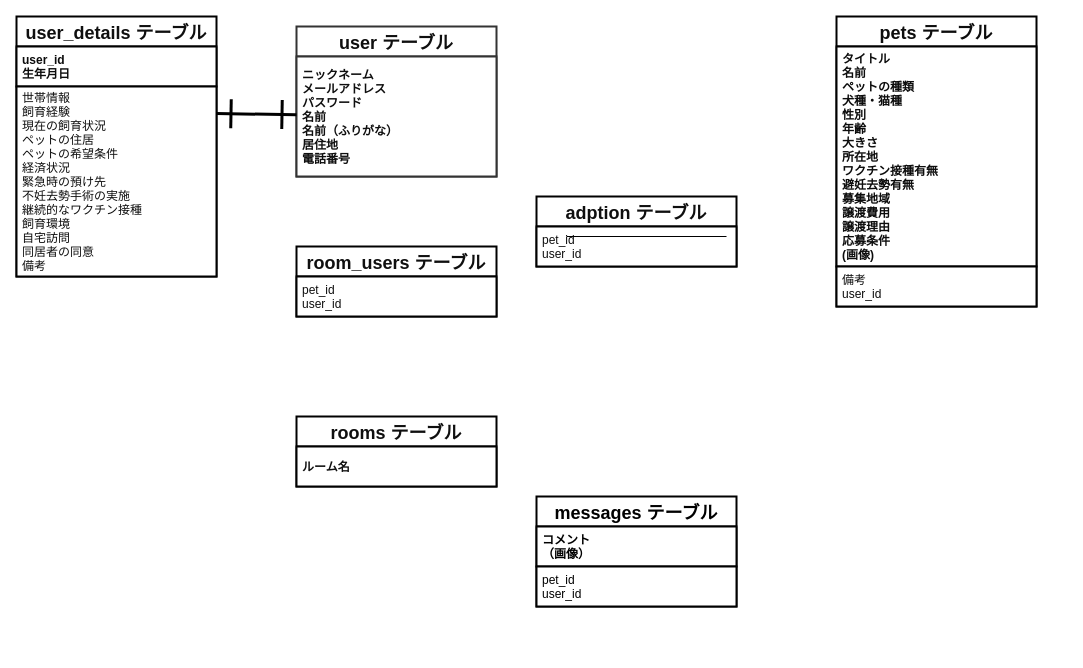
Earlier version of the draw.io diagram ER.dio (aya-tsubono/share-pets). Source tidied: cells renumbered, new cells numbered last; positions are measured from the earlier drawing's top-left corner, leaving out a move shared by most shapes. Both pictures are drawn from the tidied source at 100%, with x=0, y=0 at pixel (16, 16).
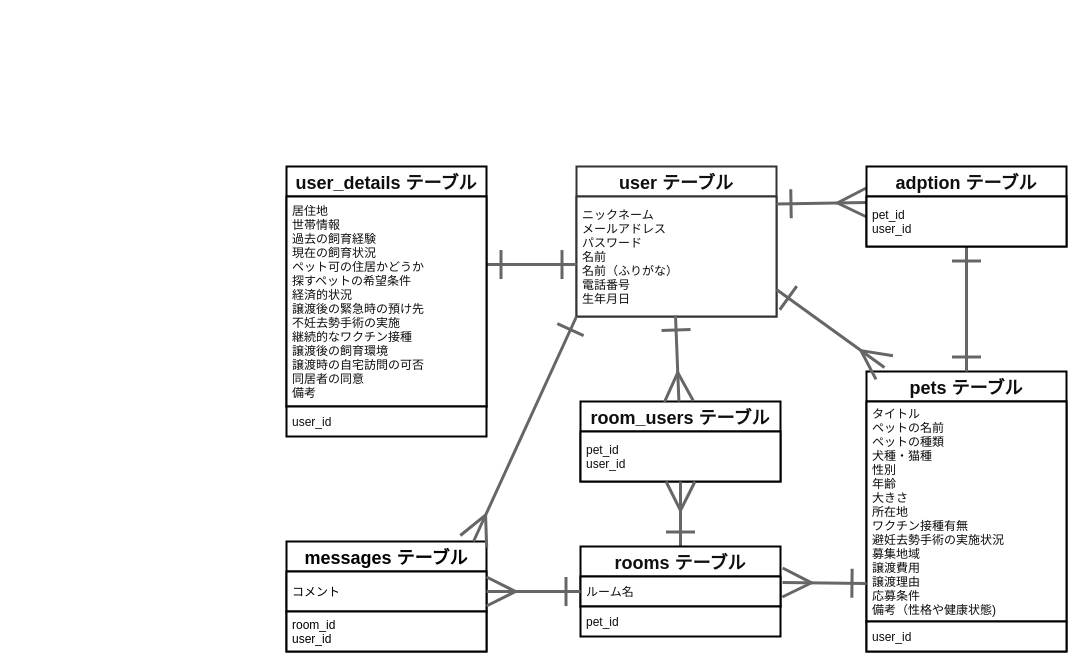
Above is the later version.

Diff of the diagram source:
```diff
@@
     <mxCell id="2" value="user テーブル" style="swimlane;fontStyle=1;horizontal=1;startSize=30;align=center;fontSize=18;strokeWidth=2;fillColor=#FFFFFF;strokeColor=#333333;fontColor=#0F0F0F;" parent="1" vertex="1">
-      <mxGeometry x="280" y="10" width="200" height="150" as="geometry" />
+      <mxGeometry x="560" y="150" width="200" height="150" as="geometry" />
     </mxCell>
-    <mxCell id="3" value="ニックネーム&#10;メールアドレス&#10;パスワード&#10;名前&#10;名前（ふりがな）&#10;居住地&#10;電話番号" style="text;spacingLeft=4;spacingRight=4;overflow=hidden;points=[[0,0.5],[1,0.5]];portConstraint=eastwest;fontSize=12;verticalAlign=middle;fontStyle=1;strokeWidth=2;fillColor=#FFFFFF;strokeColor=#333333;fontColor=#0F0F0F;" parent="2" vertex="1">
+    <mxCell id="3" value="ニックネーム&#10;メールアドレス&#10;パスワード&#10;名前&#10;名前（ふりがな）&#10;電話番号&#10;生年月日" style="text;spacingLeft=4;spacingRight=4;overflow=hidden;points=[[0,0.5],[1,0.5]];portConstraint=eastwest;fontSize=12;verticalAlign=middle;fontStyle=0;strokeWidth=2;fillColor=#FFFFFF;strokeColor=#333333;fontColor=#0F0F0F;" parent="2" vertex="1">
       <mxGeometry y="30" width="200" height="120" as="geometry" />
     </mxCell>
     <mxCell id="4" value="pets テーブル" style="swimlane;fontStyle=1;horizontal=1;startSize=30;align=center;fontSize=18;strokeWidth=2;strokeColor=#000000;fontColor=#0D0D0D;fillColor=#FFFFFF;" parent="1" vertex="1">
-      <mxGeometry x="820" width="200" height="290" as="geometry" />
+      <mxGeometry x="850" y="355" width="200" height="280" as="geometry" />
     </mxCell>
-    <mxCell id="5" value="タイトル&#10;名前&#10;ペットの種類&#10;犬種・猫種&#10;性別&#10;年齢&#10;大きさ&#10;所在地&#10;ワクチン接種有無&#10;避妊去勢有無&#10;募集地域&#10;譲渡費用&#10;譲渡理由&#10;応募条件&#10;(画像)" style="text;spacingLeft=4;spacingRight=4;overflow=hidden;points=[[0,0.5],[1,0.5]];portConstraint=eastwest;fontSize=12;verticalAlign=middle;fontStyle=1;strokeWidth=2;strokeColor=#000000;fontColor=#0D0D0D;fillColor=#FFFFFF;" parent="4" vertex="1">
+    <mxCell id="5" value="タイトル&#10;ペットの名前&#10;ペットの種類&#10;犬種・猫種&#10;性別&#10;年齢&#10;大きさ&#10;所在地&#10;ワクチン接種有無&#10;避妊去勢手術の実施状況&#10;募集地域&#10;譲渡費用&#10;譲渡理由&#10;応募条件&#10;備考（性格や健康状態)" style="text;spacingLeft=4;spacingRight=4;overflow=hidden;points=[[0,0.5],[1,0.5]];portConstraint=eastwest;fontSize=12;verticalAlign=middle;fontStyle=0;strokeWidth=2;strokeColor=#000000;fontColor=#0D0D0D;fillColor=#FFFFFF;" parent="4" vertex="1">
       <mxGeometry y="30" width="200" height="220" as="geometry" />
     </mxCell>
-    <mxCell id="6" value="備考&#10;user_id" style="text;spacingLeft=4;spacingRight=4;overflow=hidden;fontSize=12;verticalAlign=middle;strokeWidth=2;strokeColor=#000000;fontColor=#0D0D0D;fillColor=#FFFFFF;" parent="4" vertex="1">
-      <mxGeometry y="250" width="200" height="40" as="geometry" />
+    <mxCell id="6" value="user_id" style="text;spacingLeft=4;spacingRight=4;overflow=hidden;fontSize=12;verticalAlign=middle;strokeWidth=2;strokeColor=#000000;fontColor=#0D0D0D;fillColor=#FFFFFF;" parent="4" vertex="1">
+      <mxGeometry y="250" width="200" height="30" as="geometry" />
     </mxCell>
     <mxCell id="7" value="messages テーブル" style="swimlane;fontStyle=1;horizontal=1;startSize=30;align=center;fontSize=18;strokeWidth=2;strokeColor=#000000;fillColor=#FFFFFF;fontColor=#000000;" parent="1" vertex="1">
-      <mxGeometry x="520" y="480" width="200" height="110" as="geometry" />
+      <mxGeometry x="270" y="525" width="200" height="110" as="geometry" />
     </mxCell>
-    <mxCell id="8" value="コメント&#10;（画像）" style="text;spacingLeft=4;spacingRight=4;overflow=hidden;points=[[0,0.5],[1,0.5]];portConstraint=eastwest;fontSize=12;verticalAlign=middle;fontStyle=1;strokeWidth=2;strokeColor=#000000;fillColor=#FFFFFF;fontColor=#000000;" parent="7" vertex="1">
+    <mxCell id="8" value="コメント" style="text;spacingLeft=4;spacingRight=4;overflow=hidden;points=[[0,0.5],[1,0.5]];portConstraint=eastwest;fontSize=12;verticalAlign=middle;fontStyle=0;strokeWidth=2;strokeColor=#000000;fillColor=#FFFFFF;fontColor=#000000;" parent="7" vertex="1">
       <mxGeometry y="30" width="200" height="40" as="geometry" />
     </mxCell>
-    <mxCell id="9" value="pet_id&#10;user_id" style="text;spacingLeft=4;spacingRight=4;overflow=hidden;fontSize=12;verticalAlign=middle;strokeWidth=2;strokeColor=#000000;fillColor=#FFFFFF;fontColor=#000000;" parent="7" vertex="1">
+    <mxCell id="9" value="room_id&#10;user_id" style="text;spacingLeft=4;spacingRight=4;overflow=hidden;fontSize=12;verticalAlign=middle;strokeWidth=2;strokeColor=#000000;fillColor=#FFFFFF;fontColor=#000000;" parent="7" vertex="1">
       <mxGeometry y="70" width="200" height="40" as="geometry" />
     </mxCell>
-    <mxCell id="10" value="user_details テーブル" style="swimlane;fontStyle=1;horizontal=1;startSize=30;align=center;fontSize=18;strokeWidth=2;strokeColor=#000000;fontColor=#0F0F0F;fillColor=#FFFFFF;" parent="1" vertex="1">
-      <mxGeometry width="200" height="260" as="geometry" />
-    </mxCell>
-    <mxCell id="11" value="user_id&#10;生年月日" style="text;spacingLeft=4;spacingRight=4;overflow=hidden;fontSize=12;verticalAlign=middle;strokeWidth=2;strokeColor=#000000;fontColor=#0D0D0D;fillColor=#FFFFFF;fontStyle=1;" parent="10" vertex="1">
-      <mxGeometry y="30" width="200" height="40" as="geometry" />
-    </mxCell>
-    <mxCell id="12" value="世帯情報&#10;飼育経験&#10;現在の飼育状況&#10;ペットの住居&#10;ペットの希望条件&#10;経済状況&#10;緊急時の預け先&#10;不妊去勢手術の実施&#10;継続的なワクチン接種&#10;飼育環境&#10;自宅訪問&#10;同居者の同意&#10;備考" style="text;spacingLeft=4;spacingRight=4;overflow=hidden;points=[[0,0.5],[1,0.5]];portConstraint=eastwest;fontSize=12;verticalAlign=middle;fontStyle=0;strokeWidth=2;strokeColor=#000000;fontColor=#0F0F0F;fillColor=#FFFFFF;" parent="10" vertex="1">
-      <mxGeometry y="70" width="200" height="190" as="geometry" />
-    </mxCell>
+    <mxCell id="15" value="room_users テーブル" style="swimlane;fontStyle=1;horizontal=1;startSize=30;align=center;fontSize=18;strokeWidth=2;strokeColor=#000000;fontColor=#0F0F0F;fillColor=#FFFFFF;" parent="1" vertex="1">
+      <mxGeometry x="564" y="385" width="200" height="80" as="geometry" />
+    </mxCell>
+    <mxCell id="16" value="pet_id&#10;user_id" style="text;spacingLeft=4;spacingRight=4;overflow=hidden;fontSize=12;verticalAlign=middle;fontStyle=0;strokeWidth=2;strokeColor=#000000;fontColor=#0F0F0F;fillColor=#FFFFFF;" parent="15" vertex="1">
+      <mxGeometry y="30" width="200" height="50" as="geometry" />
+    </mxCell>
+    <mxCell id="20" style="endArrow=ERone;html=1;endSize=25;strokeWidth=3;startSize=25;startArrow=ERone;startFill=0;endFill=0;exitX=1;exitY=0.324;exitDx=0;exitDy=0;exitPerimeter=0;entryX=0;entryY=0.567;entryDx=0;entryDy=0;entryPerimeter=0;fillColor=#f5f5f5;strokeColor=#666666;" parent="1" edge="1" source="12" target="3">
+      <mxGeometry relative="1" as="geometry" />
+    </mxCell>
+    <mxCell id="21" style="endArrow=ERmany;html=1;endSize=25;strokeWidth=3;startSize=25;startArrow=ERone;startFill=0;endFill=0;exitX=1;exitY=0.775;exitDx=0;exitDy=0;exitPerimeter=0;entryX=0.09;entryY=-0.014;entryDx=0;entryDy=0;entryPerimeter=0;fillColor=#f5f5f5;strokeColor=#666666;" parent="1" edge="1" source="3" target="4">
+      <mxGeometry relative="1" as="geometry" />
+    </mxCell>
+    <mxCell id="22" style="endArrow=ERmany;html=1;endSize=25;strokeWidth=3;startSize=25;startArrow=ERone;startFill=0;endFill=0;exitX=0.495;exitY=0.992;exitDx=0;exitDy=0;exitPerimeter=0;fillColor=#f5f5f5;strokeColor=#666666;" parent="1" edge="1" source="3" target="15">
+      <mxGeometry relative="1" as="geometry" />
+    </mxCell>
+    <mxCell id="23" style="endArrow=ERmany;html=1;endSize=25;strokeWidth=3;startSize=25;startArrow=ERone;startFill=0;endFill=0;exitX=0.5;exitY=0;exitDx=0;exitDy=0;entryX=0.5;entryY=1;entryDx=0;entryDy=0;fillColor=#f5f5f5;strokeColor=#666666;" parent="1" edge="1" source="13" target="15">
+      <mxGeometry relative="1" as="geometry" />
+    </mxCell>
+    <mxCell id="24" style="endArrow=ERmany;html=1;endSize=25;strokeWidth=3;startSize=25;startArrow=ERone;startFill=0;endFill=0;entryX=0;entryY=0.12;entryDx=0;entryDy=0;exitX=1;exitY=0.25;exitDx=0;exitDy=0;entryPerimeter=0;fillColor=#f5f5f5;strokeColor=#666666;" parent="1" edge="1" source="2" target="18">
+      <mxGeometry relative="1" as="geometry" />
+    </mxCell>
+    <mxCell id="25" style="endArrow=ERmany;html=1;endSize=25;strokeWidth=3;startSize=25;startArrow=ERone;startFill=0;endFill=0;exitX=0;exitY=1;exitDx=0;exitDy=0;entryX=0.935;entryY=0;entryDx=0;entryDy=0;entryPerimeter=0;fillColor=#f5f5f5;strokeColor=#666666;" parent="1" edge="1" source="2" target="7">
+      <mxGeometry relative="1" as="geometry" />
+    </mxCell>
+    <mxCell id="26" style="endArrow=ERone;html=1;endSize=25;strokeWidth=3;startSize=25;startArrow=ERone;startFill=0;endFill=0;exitX=0.5;exitY=0;exitDx=0;exitDy=0;fillColor=#f5f5f5;strokeColor=#666666;" parent="1" edge="1" source="4" target="18">
+      <mxGeometry relative="1" as="geometry" />
+    </mxCell>
+    <mxCell id="17" value="adption テーブル" style="swimlane;fontStyle=1;horizontal=1;startSize=30;align=center;fontSize=18;strokeWidth=2;strokeColor=#000000;fontColor=#0F0F0F;fillColor=#FFFFFF;" parent="1" vertex="1">
+      <mxGeometry x="850" y="150" width="200" height="80" as="geometry" />
+    </mxCell>
+    <mxCell id="18" value="pet_id&#10;user_id" style="text;spacingLeft=4;spacingRight=4;overflow=hidden;points=[[0,0.5],[1,0.5]];portConstraint=eastwest;fontSize=12;verticalAlign=middle;fontStyle=0;strokeWidth=2;strokeColor=#000000;fontColor=#0F0F0F;fillColor=#FFFFFF;" parent="17" vertex="1">
+      <mxGeometry y="30" width="200" height="50" as="geometry" />
+    </mxCell>
+    <mxCell id="27" style="endArrow=ERmany;html=1;endSize=25;strokeWidth=3;startSize=25;startArrow=ERone;startFill=0;endFill=0;exitX=0;exitY=0.827;exitDx=0;exitDy=0;entryX=1.01;entryY=0.2;entryDx=0;entryDy=0;entryPerimeter=0;exitPerimeter=0;fillColor=#f5f5f5;strokeColor=#666666;" parent="1" edge="1" source="5" target="14">
+      <mxGeometry relative="1" as="geometry" />
+    </mxCell>
+    <mxCell id="28" style="group;" parent="1" vertex="1">
+      <mxGeometry x="564" y="530" width="200" height="193" as="geometry" />
+    </mxCell>
-    <mxCell id="13" value="rooms テーブル" style="swimlane;fontStyle=1;horizontal=1;startSize=30;align=center;fontSize=18;strokeWidth=2;strokeColor=#000000;fontColor=#0F0F0F;fillColor=#FFFFFF;" parent="1" vertex="1">
-      <mxGeometry x="280" y="400" width="200" height="70" as="geometry" />
+    <mxCell id="13" value="rooms テーブル" style="swimlane;fontStyle=1;horizontal=1;startSize=30;align=center;fontSize=18;strokeWidth=2;strokeColor=#000000;fontColor=#0F0F0F;fillColor=#FFFFFF;" parent="28" vertex="1">
+      <mxGeometry width="200" height="60" as="geometry" />
     </mxCell>
-    <mxCell id="14" value="ルーム名" style="text;spacingLeft=4;spacingRight=4;overflow=hidden;points=[[0,0.5],[1,0.5]];portConstraint=eastwest;fontSize=12;verticalAlign=middle;fontStyle=1;strokeWidth=2;strokeColor=#000000;fontColor=#0F0F0F;fillColor=#FFFFFF;" parent="13" vertex="1">
-      <mxGeometry y="30" width="200" height="40" as="geometry" />
+    <mxCell id="14" value="ルーム名" style="text;spacingLeft=4;spacingRight=4;overflow=hidden;points=[[0,0.5],[1,0.5]];portConstraint=eastwest;fontSize=12;verticalAlign=middle;fontStyle=0;strokeWidth=2;strokeColor=#000000;fontColor=#0F0F0F;fillColor=#FFFFFF;" parent="13" vertex="1">
+      <mxGeometry y="30" width="200" height="30" as="geometry" />
     </mxCell>
-    <mxCell id="15" value="room_users テーブル" style="swimlane;fontStyle=1;horizontal=1;startSize=30;align=center;fontSize=18;strokeWidth=2;strokeColor=#000000;fontColor=#0F0F0F;fillColor=#FFFFFF;" parent="1" vertex="1">
-      <mxGeometry x="280" y="230" width="200" height="70" as="geometry" />
-    </mxCell>
-    <mxCell id="16" value="pet_id&#10;user_id" style="text;spacingLeft=4;spacingRight=4;overflow=hidden;fontSize=12;verticalAlign=middle;fontStyle=0;strokeWidth=2;strokeColor=#000000;fontColor=#0F0F0F;fillColor=#FFFFFF;" parent="15" vertex="1">
-      <mxGeometry y="30" width="200" height="40" as="geometry" />
-    </mxCell>
-    <mxCell id="17" value="adption テーブル" style="swimlane;fontStyle=1;horizontal=1;startSize=30;align=center;fontSize=18;strokeWidth=2;strokeColor=#000000;fontColor=#0F0F0F;fillColor=#FFFFFF;" parent="1" vertex="1">
-      <mxGeometry x="520" y="180" width="200" height="70" as="geometry" />
-    </mxCell>
-    <mxCell id="18" value="pet_id&#10;user_id" style="text;spacingLeft=4;spacingRight=4;overflow=hidden;points=[[0,0.5],[1,0.5]];portConstraint=eastwest;fontSize=12;verticalAlign=middle;fontStyle=0;strokeWidth=2;strokeColor=#000000;fontColor=#0F0F0F;fillColor=#FFFFFF;" parent="17" vertex="1">
-      <mxGeometry y="30" width="200" height="40" as="geometry" />
-    </mxCell>
-    <mxCell id="19" style="endArrow=none;html=1;rounded=0;" parent="1" edge="1">
-      <mxGeometry relative="1" as="geometry">
-        <mxPoint x="550" y="220" as="sourcePoint" />
-        <mxPoint x="710" y="220" as="targetPoint" />
-      </mxGeometry>
-    </mxCell>
-    <mxCell id="20" style="endArrow=ERone;html=1;endSize=25;strokeWidth=3;startSize=25;startArrow=ERone;startFill=0;endFill=0;exitX=1;exitY=0.142;exitDx=0;exitDy=0;exitPerimeter=0;" parent="1" edge="1" source="12" target="3">
-      <mxGeometry relative="1" as="geometry" />
-    </mxCell>
+    <mxCell id="29" value="pet_id" style="text;spacingLeft=4;spacingRight=4;overflow=hidden;fontSize=12;verticalAlign=middle;fontStyle=0;strokeWidth=2;strokeColor=#000000;fontColor=#0F0F0F;fillColor=#FFFFFF;" parent="28" vertex="1">
+      <mxGeometry y="60" width="200" height="30" as="geometry" />
+    </mxCell>
+    <mxCell id="30" style="endArrow=ERmany;html=1;endSize=25;strokeWidth=3;startSize=25;startArrow=ERone;startFill=0;endFill=0;exitX=0;exitY=0.75;exitDx=0;exitDy=0;entryX=1;entryY=0.5;entryDx=0;entryDy=0;fillColor=#f5f5f5;strokeColor=#666666;" parent="1" edge="1" source="13" target="8">
+      <mxGeometry relative="1" as="geometry" />
+    </mxCell>
+    <mxCell id="31" style="group;" parent="1" vertex="1">
+      <mxGeometry x="270" y="150" width="200" height="270" as="geometry" />
+    </mxCell>
+    <mxCell id="10" value="user_details テーブル" style="swimlane;fontStyle=1;horizontal=1;startSize=30;align=center;fontSize=18;strokeWidth=2;strokeColor=#000000;fontColor=#0F0F0F;fillColor=#FFFFFF;" parent="31" vertex="1">
+      <mxGeometry width="200" height="240" as="geometry" />
+    </mxCell>
+    <mxCell id="12" value="居住地&#10;世帯情報&#10;過去の飼育経験&#10;現在の飼育状況&#10;ペット可の住居かどうか&#10;探すペットの希望条件&#10;経済的状況&#10;譲渡後の緊急時の預け先&#10;不妊去勢手術の実施&#10;継続的なワクチン接種&#10;譲渡後の飼育環境&#10;譲渡時の自宅訪問の可否&#10;同居者の同意&#10;備考" style="text;spacingLeft=4;spacingRight=4;overflow=hidden;points=[[0,0.5],[1,0.5]];portConstraint=eastwest;fontSize=12;verticalAlign=middle;fontStyle=0;strokeWidth=2;strokeColor=#000000;fontColor=#0F0F0F;fillColor=#FFFFFF;" parent="10" vertex="1">
+      <mxGeometry y="30" width="200" height="210" as="geometry" />
+    </mxCell>
+    <mxCell id="32" value="user_id" style="text;spacingLeft=4;spacingRight=4;overflow=hidden;fontSize=12;verticalAlign=middle;fontStyle=0;strokeWidth=2;strokeColor=#000000;fontColor=#0F0F0F;fillColor=#FFFFFF;" parent="31" vertex="1">
+      <mxGeometry y="240" width="200" height="30" as="geometry" />
+    </mxCell>
```
